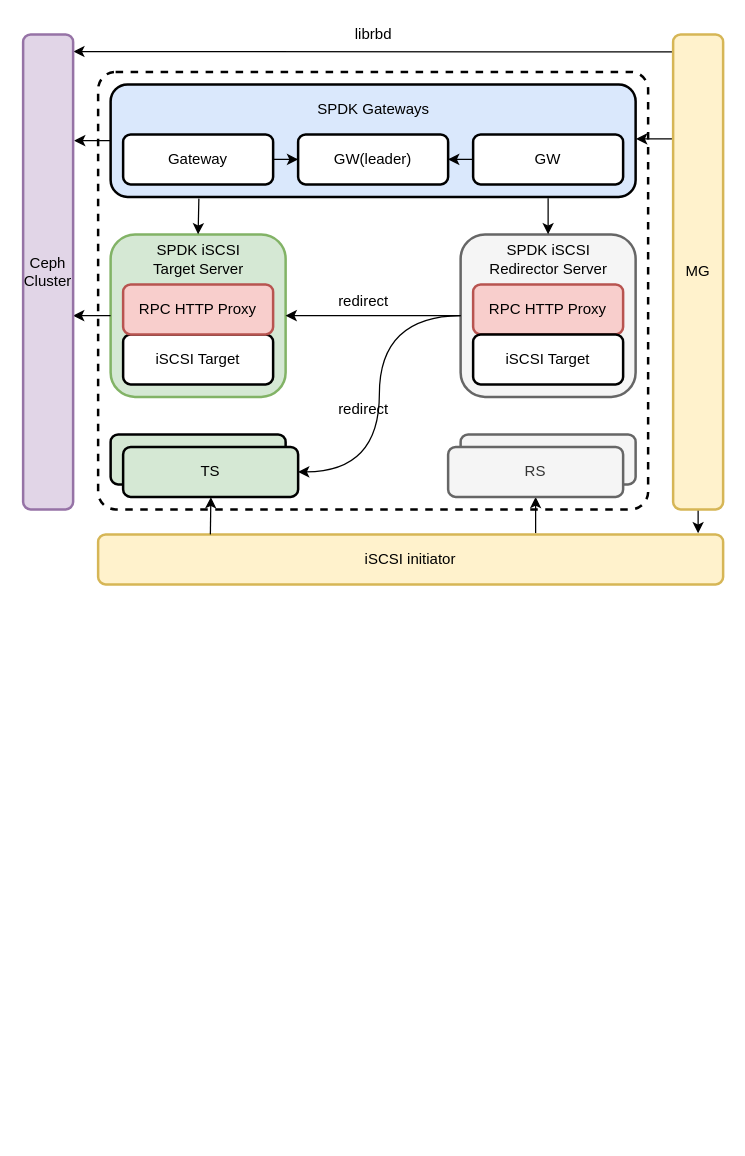
This is page "spdk iscsi gateway" (2 of 3) of spdk/spdk_iscsi.drawio from EarthWind/deeparch, a draw.io file, before an edit. Source tidied: cells renumbered, new cells numbered last; positions are measured from the earlier drawing's top-left corner, leaving out a move shared by most shapes. Both pictures are drawn from the tidied source at 125%, with x=0, y=0 at pixel (22, 21). Pictures stored in the file or linked from it are replaced by grey dashed boxes.
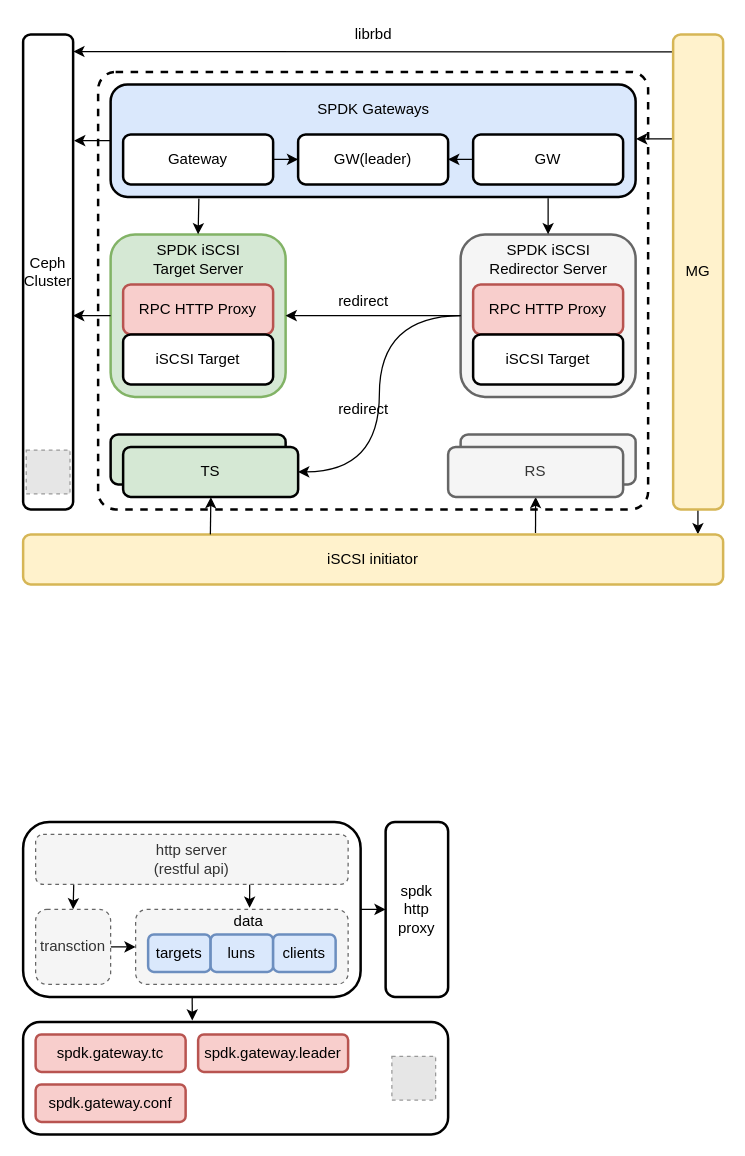
Above is the later version.

The change refers to these unchanged cells:
```xml
<mxCell id="15" value="MG" style="rounded=1;whiteSpace=wrap;html=1;strokeWidth=2;fillWeight=1;hachureGap=4;hachureAngle=45;sketch=0;shadow=0;fontSize=12;fillColor=#fff2cc;strokeColor=#d6b656;" parent="1" vertex="1">
  <mxGeometry x="520" y="10" width="40" height="380" as="geometry" />
</mxCell>
<mxCell id="34" value="RS" style="rounded=1;whiteSpace=wrap;html=1;strokeWidth=2;fillWeight=1;hachureGap=4;hachureAngle=45;sketch=0;shadow=0;fontSize=12;fillColor=#f5f5f5;strokeColor=#666666;fontColor=#333333;" parent="1" vertex="1">
  <mxGeometry x="340" y="340" width="140" height="40" as="geometry" />
</mxCell>
```

The edit, as a diff of the source:
```diff
@@
+    <mxCell id="6" style="rounded=1;whiteSpace=wrap;html=1;strokeWidth=2;fillWeight=1;hachureGap=4;hachureAngle=45;sketch=0;shadow=0;fontSize=12;fillColor=#d5e8d4;strokeColor=#82b366;" parent="1" vertex="1">
+      <mxGeometry x="70" y="170" width="140" height="130" as="geometry" />
+    </mxCell>
+    <mxCell id="26" value="RPC HTTP Proxy" style="rounded=1;whiteSpace=wrap;html=1;strokeWidth=2;fillWeight=1;hachureGap=4;hachureAngle=45;sketch=0;shadow=0;fontSize=12;fillColor=#f8cecc;strokeColor=#b85450;" parent="1" vertex="1">
+      <mxGeometry x="80" y="210" width="120" height="40" as="geometry" />
+    </mxCell>
@@
-    <mxCell id="6" style="rounded=1;whiteSpace=wrap;html=1;strokeWidth=2;fillWeight=1;hachureGap=4;hachureAngle=45;sketch=0;shadow=0;fontSize=12;fillColor=#d5e8d4;strokeColor=#82b366;" parent="1" vertex="1">
-      <mxGeometry x="70" y="170" width="140" height="130" as="geometry" />
-    </mxCell>
@@
-    <mxCell id="13" style="edgeStyle=orthogonalEdgeStyle;curved=1;rounded=0;sketch=0;jettySize=auto;html=1;startArrow=none;startFill=0;entryX=0.96;entryY=-0.022;entryDx=0;entryDy=0;entryPerimeter=0;" parent="1" edge="1" source="15" target="18">
+    <mxCell id="13" style="rounded=0;sketch=0;jettySize=auto;html=1;startArrow=none;startFill=0;entryX=0.964;entryY=0;entryDx=0;entryDy=0;entryPerimeter=0;" parent="1" edge="1" source="15" target="18">
       <mxGeometry relative="1" as="geometry" />
     </mxCell>
@@
-    <mxCell id="17" style="edgeStyle=orthogonalEdgeStyle;rounded=0;sketch=0;jettySize=auto;html=1;entryX=0.5;entryY=1;entryDx=0;entryDy=0;curved=1;exitX=0.7;exitY=-0.021;exitDx=0;exitDy=0;exitPerimeter=0;" parent="1" edge="1" source="18" target="34">
+    <mxCell id="17" style="rounded=0;sketch=0;jettySize=auto;html=1;entryX=0.5;entryY=1;entryDx=0;entryDy=0;exitX=0.732;exitY=-0.027;exitDx=0;exitDy=0;exitPerimeter=0;" parent="1" edge="1" source="18" target="34">
       <mxGeometry relative="1" as="geometry" />
     </mxCell>
     <mxCell id="18" value="iSCSI initiator" style="rounded=1;whiteSpace=wrap;html=1;strokeWidth=2;fillWeight=1;hachureGap=4;hachureAngle=45;sketch=0;shadow=0;fontSize=12;fillColor=#fff2cc;strokeColor=#d6b656;" parent="1" vertex="1">
-      <mxGeometry x="60" y="410" width="500" height="40" as="geometry" />
+      <mxGeometry y="410" width="560" height="40" as="geometry" />
     </mxCell>
-    <mxCell id="19" value="Ceph&lt;br&gt;Cluster" style="rounded=1;whiteSpace=wrap;html=1;strokeWidth=2;fillWeight=1;hachureGap=4;hachureAngle=45;sketch=0;shadow=0;fontSize=12;fillColor=#e1d5e7;strokeColor=#9673a6;" parent="1" vertex="1">
+    <mxCell id="19" value="Ceph&lt;br&gt;Cluster" style="rounded=1;whiteSpace=wrap;html=1;strokeWidth=2;fillWeight=1;hachureGap=4;hachureAngle=45;sketch=0;shadow=0;fontSize=12;" parent="1" vertex="1">
       <mxGeometry y="10" width="40" height="380" as="geometry" />
     </mxCell>
@@
-    <mxCell id="26" value="RPC HTTP Proxy" style="rounded=1;whiteSpace=wrap;html=1;strokeWidth=2;fillWeight=1;hachureGap=4;hachureAngle=45;sketch=0;shadow=0;fontSize=12;fillColor=#f8cecc;strokeColor=#b85450;" parent="1" vertex="1">
-      <mxGeometry x="80" y="210" width="120" height="40" as="geometry" />
-    </mxCell>
@@
+    <mxCell id="39" style="edgeStyle=none;rounded=0;sketch=0;jettySize=auto;html=1;" parent="1" edge="1" source="41" target="45">
+      <mxGeometry relative="1" as="geometry" />
+    </mxCell>
+    <mxCell id="40" style="edgeStyle=none;rounded=0;sketch=0;jettySize=auto;html=1;entryX=0.398;entryY=-0.012;entryDx=0;entryDy=0;entryPerimeter=0;" parent="1" edge="1" source="41" target="53">
+      <mxGeometry relative="1" as="geometry" />
+    </mxCell>
+    <mxCell id="41" style="rounded=1;whiteSpace=wrap;html=1;strokeWidth=2;fillWeight=4;hachureGap=8;hachureAngle=45;sketch=0;shadow=0;fontSize=12;fontColor=#000000;fillColor=#FFFFFF;" parent="1" vertex="1">
+      <mxGeometry y="640" width="270" height="140" as="geometry" />
+    </mxCell>
+    <mxCell id="42" style="edgeStyle=none;rounded=0;sketch=0;jettySize=auto;html=1;entryX=0.5;entryY=0;entryDx=0;entryDy=0;exitX=0.122;exitY=0.988;exitDx=0;exitDy=0;exitPerimeter=0;" parent="1" edge="1" source="44" target="47">
+      <mxGeometry relative="1" as="geometry" />
+    </mxCell>
+    <mxCell id="43" style="edgeStyle=none;rounded=0;sketch=0;jettySize=auto;html=1;entryX=0.53;entryY=-0.064;entryDx=0;entryDy=0;entryPerimeter=0;exitX=0.685;exitY=1;exitDx=0;exitDy=0;exitPerimeter=0;" parent="1" edge="1" source="44" target="49">
+      <mxGeometry relative="1" as="geometry" />
+    </mxCell>
+    <mxCell id="44" value="http server&lt;br&gt;(restful api)" style="rounded=1;whiteSpace=wrap;html=1;strokeWidth=1;fillWeight=4;hachureGap=8;hachureAngle=45;sketch=0;shadow=0;fontSize=12;fontColor=#333333;fillColor=#f5f5f5;dashed=1;strokeColor=#666666;" parent="1" vertex="1">
+      <mxGeometry x="10" y="650" width="250" height="40" as="geometry" />
+    </mxCell>
+    <mxCell id="45" value="spdk&lt;br&gt;http&lt;br&gt;proxy" style="rounded=1;whiteSpace=wrap;html=1;strokeWidth=2;fillWeight=4;hachureGap=8;hachureAngle=45;sketch=0;shadow=0;fontSize=12;fontColor=#000000;fillColor=#FFFFFF;" parent="1" vertex="1">
+      <mxGeometry x="290" y="640" width="50" height="140" as="geometry" />
+    </mxCell>
+    <mxCell id="46" style="edgeStyle=none;rounded=0;sketch=0;jettySize=auto;html=1;entryX=0;entryY=0.5;entryDx=0;entryDy=0;" parent="1" edge="1" source="47" target="48">
+      <mxGeometry relative="1" as="geometry" />
+    </mxCell>
+    <mxCell id="47" value="transction" style="rounded=1;whiteSpace=wrap;html=1;strokeWidth=1;fillWeight=4;hachureGap=8;hachureAngle=45;sketch=0;shadow=0;fontSize=12;fontColor=#333333;fillColor=#f5f5f5;dashed=1;strokeColor=#666666;" parent="1" vertex="1">
+      <mxGeometry x="10" y="710" width="60" height="60" as="geometry" />
+    </mxCell>
+    <mxCell id="48" style="rounded=1;whiteSpace=wrap;html=1;strokeWidth=1;fillWeight=4;hachureGap=8;hachureAngle=45;sketch=0;shadow=0;fontSize=12;fontColor=#333333;fillColor=#f5f5f5;dashed=1;strokeColor=#666666;" parent="1" vertex="1">
+      <mxGeometry x="90" y="710" width="170" height="60" as="geometry" />
+    </mxCell>
+    <mxCell id="49" value="data" style="text;html=1;align=center;verticalAlign=middle;points=[];strokeColor=none;fillColor=none;" parent="1" vertex="1">
+      <mxGeometry x="160" y="710" width="40" height="20" as="geometry" />
+    </mxCell>
+    <mxCell id="50" value="targets" style="rounded=1;whiteSpace=wrap;html=1;strokeWidth=2;fillWeight=4;hachureGap=8;hachureAngle=45;sketch=0;shadow=0;fontSize=12;fillColor=#dae8fc;strokeColor=#6c8ebf;" parent="1" vertex="1">
+      <mxGeometry x="100" y="730" width="50" height="30" as="geometry" />
+    </mxCell>
+    <mxCell id="51" value="luns" style="rounded=1;whiteSpace=wrap;html=1;strokeWidth=2;fillWeight=4;hachureGap=8;hachureAngle=45;sketch=0;shadow=0;fontSize=12;fillColor=#dae8fc;strokeColor=#6c8ebf;" parent="1" vertex="1">
+      <mxGeometry x="150" y="730" width="50" height="30" as="geometry" />
+    </mxCell>
+    <mxCell id="52" value="clients" style="rounded=1;whiteSpace=wrap;html=1;strokeWidth=2;fillWeight=4;hachureGap=8;hachureAngle=45;sketch=0;shadow=0;fontSize=12;fillColor=#dae8fc;strokeColor=#6c8ebf;" parent="1" vertex="1">
+      <mxGeometry x="200" y="730" width="50" height="30" as="geometry" />
+    </mxCell>
+    <mxCell id="53" style="rounded=1;whiteSpace=wrap;html=1;strokeWidth=2;fillWeight=4;hachureGap=8;hachureAngle=45;sketch=0;shadow=0;fontSize=12;fontColor=#000000;fillColor=#FFFFFF;" parent="1" vertex="1">
+      <mxGeometry y="800" width="340" height="90" as="geometry" />
+    </mxCell>
+    <mxCell id="54" value="spdk.gateway.tc" style="rounded=1;whiteSpace=wrap;html=1;strokeWidth=2;fillWeight=4;hachureGap=8;hachureAngle=45;sketch=0;shadow=0;fontSize=12;fillColor=#f8cecc;strokeColor=#b85450;" parent="1" vertex="1">
+      <mxGeometry x="10" y="810" width="120" height="30" as="geometry" />
+    </mxCell>
+    <mxCell id="55" value="spdk.gateway.leader" style="rounded=1;whiteSpace=wrap;html=1;strokeWidth=2;fillWeight=4;hachureGap=8;hachureAngle=45;sketch=0;shadow=0;fontSize=12;fillColor=#f8cecc;strokeColor=#b85450;" parent="1" vertex="1">
+      <mxGeometry x="140" y="810" width="120" height="30" as="geometry" />
+    </mxCell>
+    <mxCell id="56" value="spdk.gateway.conf" style="rounded=1;whiteSpace=wrap;html=1;strokeWidth=2;fillWeight=4;hachureGap=8;hachureAngle=45;sketch=0;shadow=0;fontSize=12;fillColor=#f8cecc;strokeColor=#b85450;" parent="1" vertex="1">
+      <mxGeometry x="10" y="850" width="120" height="30" as="geometry" />
+    </mxCell>
+    <mxCell id="57" style="fillColor=#E6E6E6;strokeColor=#999999;dashed=1;verticalLabelPosition=bottom;labelBackgroundColor=default;verticalAlign=top;" parent="1" vertex="1">
+      <mxGeometry x="295" y="827.5" width="35" height="35" as="geometry" />
+    </mxCell>
+    <mxCell id="58" style="fillColor=#E6E6E6;strokeColor=#999999;dashed=1;verticalLabelPosition=bottom;labelBackgroundColor=default;verticalAlign=top;" parent="1" vertex="1">
+      <mxGeometry x="2.5" y="342.5" width="35" height="35" as="geometry" />
+    </mxCell>
```
